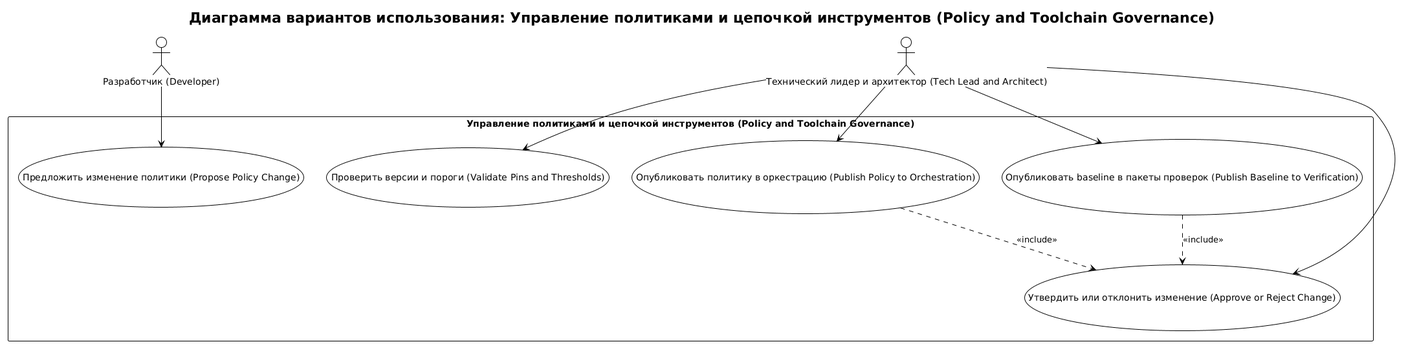
This is docs/requirements/сценарии/policy-and-toolchain-governance/diagrams/policy-and-toolchain-governance-overview.png from Druk83/RRDCS, a PlantUML export, as it was before one commit. Source of this version:
```plantuml
@startuml policy-and-toolchain-governance-overview
!theme plain
skinparam backgroundColor #FFFFFF
title Диаграмма вариантов использования: Управление политиками и цепочкой инструментов (Policy and Toolchain Governance)

actor "Разработчик (Developer)" as Dev
actor "Технический лидер и архитектор (Tech Lead and Architect)" as Lead

rectangle "Управление политиками и цепочкой инструментов (Policy and Toolchain Governance)" {
  usecase "Предложить изменение политики (Propose Policy Change)" as UC1
  usecase "Проверить версии и пороги (Validate Pins and Thresholds)" as UC2
  usecase "Утвердить или отклонить изменение (Approve or Reject Change)" as UC3
  usecase "Опубликовать политику в оркестрацию (Publish Policy to Orchestration)" as UC4
  usecase "Опубликовать baseline в пакеты проверок (Publish Baseline to Verification)" as UC5
}

Dev --> UC1
Lead --> UC2
Lead --> UC3
Lead --> UC4
Lead --> UC5

UC4 ..> UC3 : <<include>>
UC5 ..> UC3 : <<include>>

@enduml
```
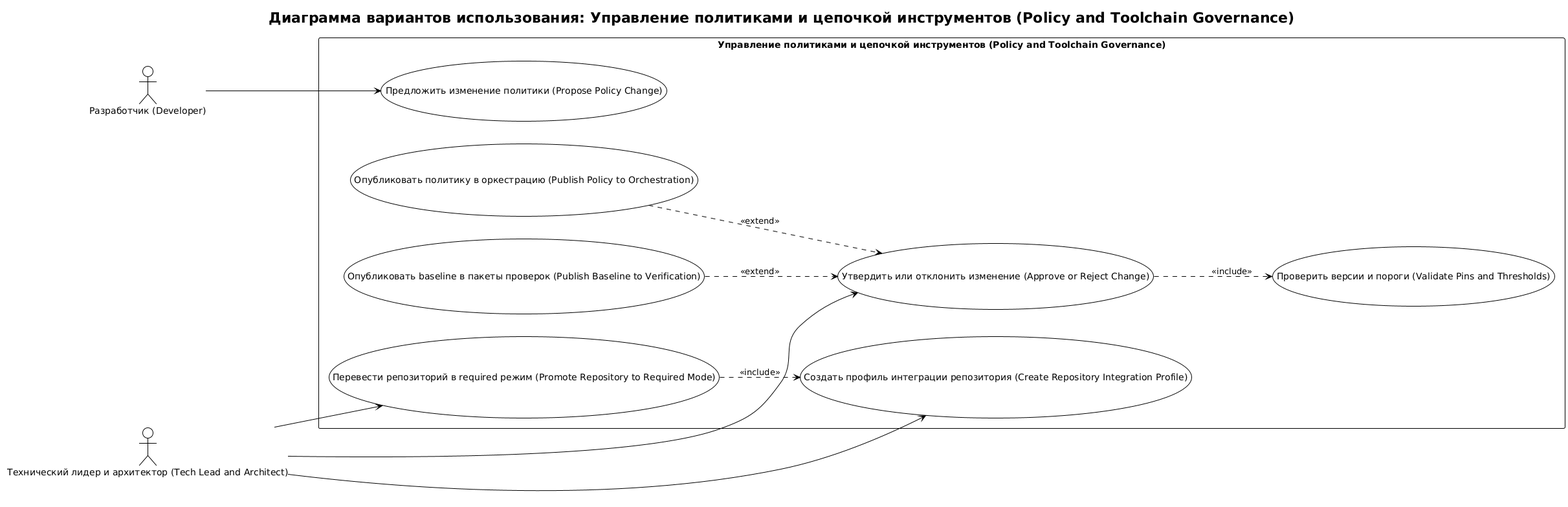
The same file after the commit.

The edit, as a diff of the source:
```diff
@@ -1,6 +1,7 @@
 @startuml policy-and-toolchain-governance-overview
 !theme plain
 skinparam backgroundColor #FFFFFF
+left to right direction
 title Диаграмма вариантов использования: Управление политиками и цепочкой инструментов (Policy and Toolchain Governance)
 
 actor "Разработчик (Developer)" as Dev
@@ -12,15 +13,18 @@
   usecase "Утвердить или отклонить изменение (Approve or Reject Change)" as UC3
   usecase "Опубликовать политику в оркестрацию (Publish Policy to Orchestration)" as UC4
   usecase "Опубликовать baseline в пакеты проверок (Publish Baseline to Verification)" as UC5
+  usecase "Создать профиль интеграции репозитория (Create Repository Integration Profile)" as UC6
+  usecase "Перевести репозиторий в required режим (Promote Repository to Required Mode)" as UC7
 }
 
 Dev --> UC1
-Lead --> UC2
 Lead --> UC3
-Lead --> UC4
-Lead --> UC5
+Lead --> UC6
+Lead --> UC7
 
-UC4 ..> UC3 : <<include>>
-UC5 ..> UC3 : <<include>>
+UC3 ..> UC2 : <<include>>
+UC4 ..> UC3 : <<extend>>
+UC5 ..> UC3 : <<extend>>
+UC7 ..> UC6 : <<include>>
 
 @enduml
```
